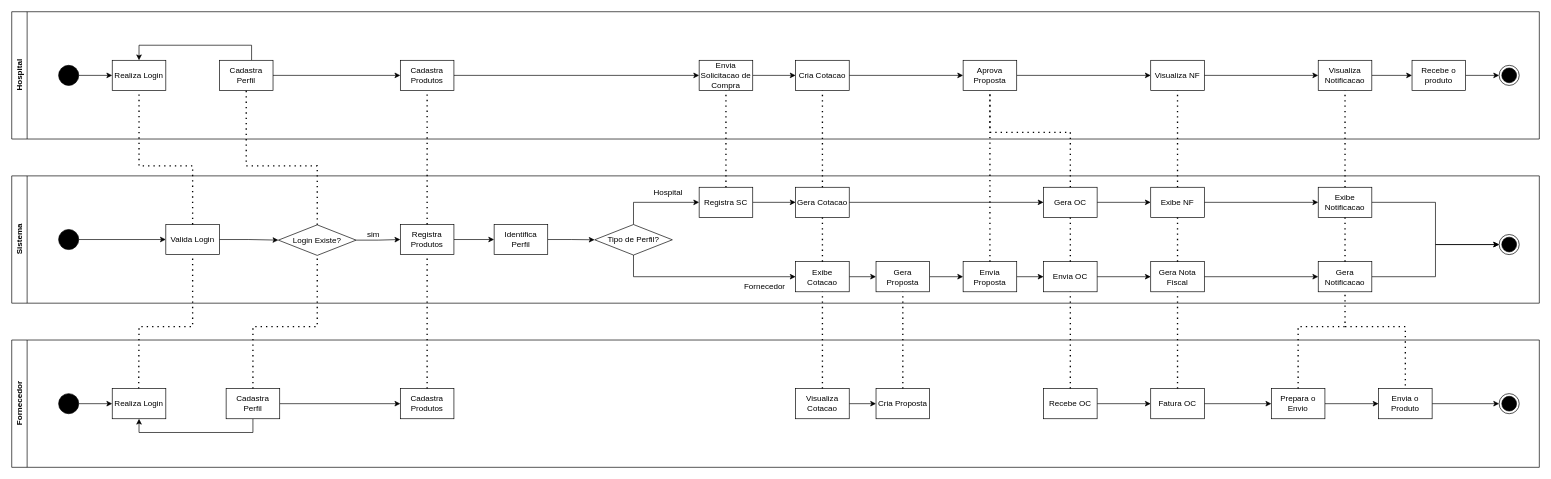
The draw.io diagram projeto/src/tobe.drawio in devtnascimento/modelagem, before the edit. Source tidied: cells renumbered, new cells numbered last; positions are measured from the earlier drawing's top-left corner, leaving out a move shared by most shapes. Both pictures are drawn from the tidied source at 67%, with x=0, y=0 at pixel (11, 11).
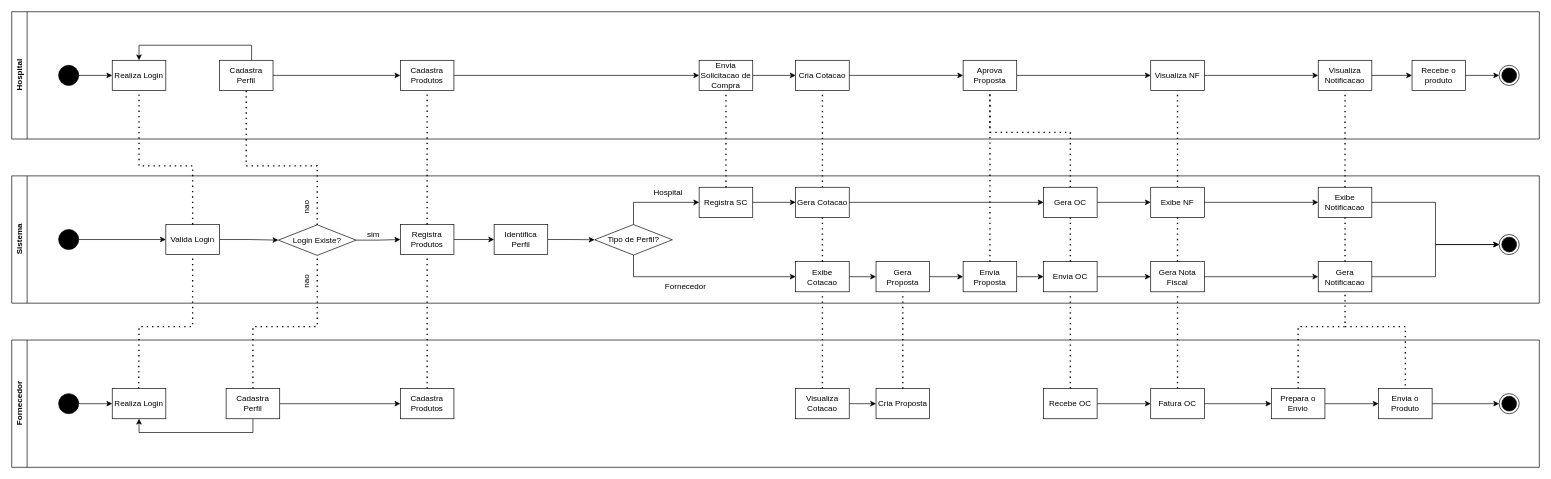
After the change.

The change refers to these unchanged cells:
```xml
<mxCell id="24" value="Sistema" style="swimlane;horizontal=0;whiteSpace=wrap;html=1;" parent="1" vertex="1">
  <mxGeometry y="245" width="2280" height="190" as="geometry" />
</mxCell>
```

What changed in the source:
```diff
@@
     <mxCell id="34" value="Fornecedor" style="text;html=1;strokeColor=none;fillColor=none;align=center;verticalAlign=middle;whiteSpace=wrap;rounded=0;" parent="24" vertex="1">
-      <mxGeometry x="1104" y="158" width="40" height="15" as="geometry" />
+      <mxGeometry x="986" y="158" width="40" height="15" as="geometry" />
     </mxCell>
@@
+    <mxCell id="106" value="nao" style="text;html=1;align=center;verticalAlign=middle;strokeColor=none;fillColor=none;rotation=-90;" parent="24" vertex="1">
+      <mxGeometry x="420" y="32" width="40" height="30" as="geometry" />
+    </mxCell>
+    <mxCell id="107" value="nao" style="text;html=1;align=center;verticalAlign=middle;strokeColor=none;fillColor=none;rotation=-90;" parent="24" vertex="1">
+      <mxGeometry x="420" y="143" width="40" height="30" as="geometry" />
+    </mxCell>
```
